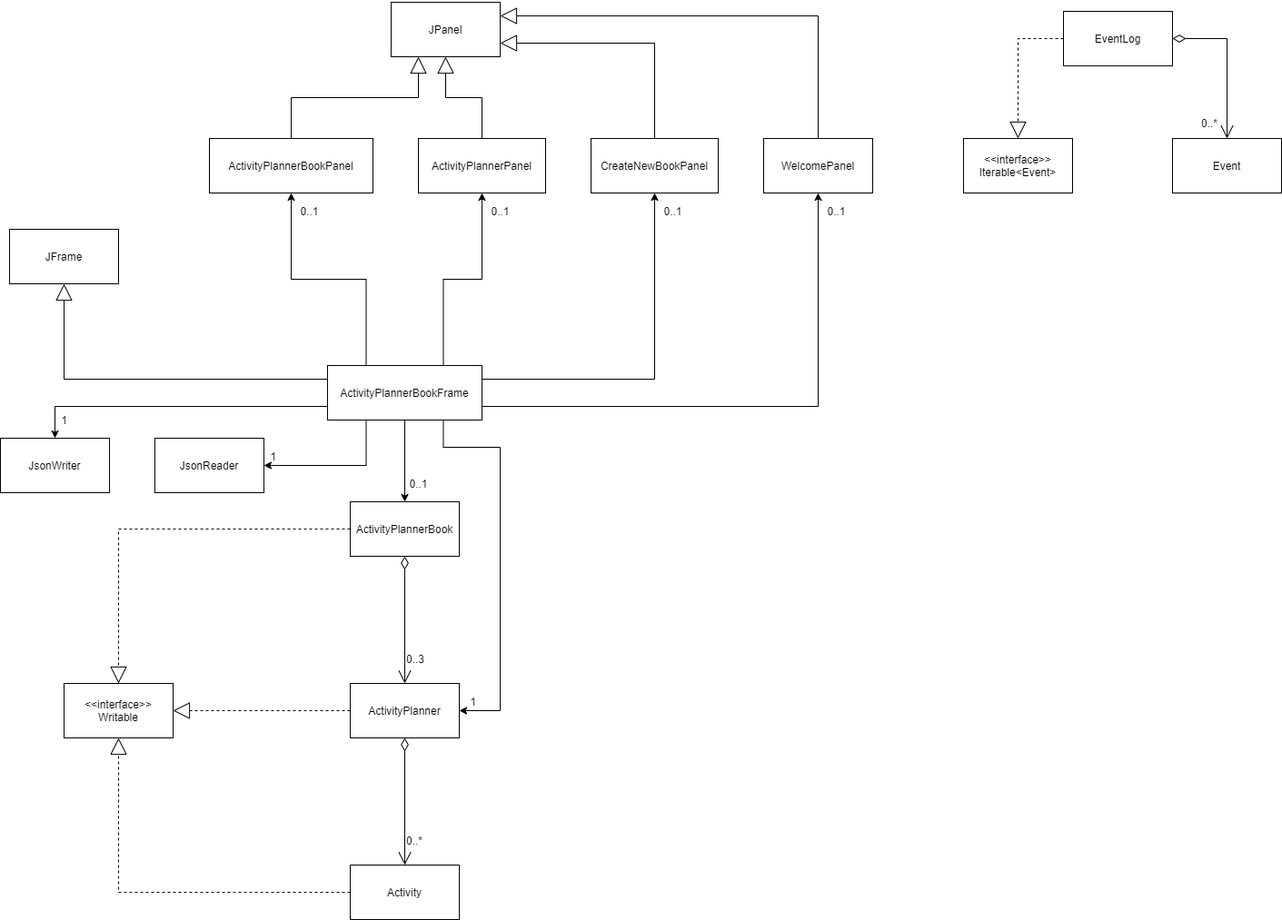
The draw.io diagram UML_Design_Diagram.png in EricChen23/DailyActivityPlanner, before a commit. Source tidied: cells renumbered, new cells last; positions are measured from the earlier drawing's top-left corner, leaving out a move shared by most shapes. Source of this version:
```xml
<mxGraphModel>
  <root>
    <mxCell id="0" />
    <mxCell id="1" parent="0" />
    <mxCell id="2" value="Activity" style="rounded=0;whiteSpace=wrap;html=1;" parent="1" vertex="1">
      <mxGeometry x="385" y="950" width="120" height="60" as="geometry" />
    </mxCell>
    <mxCell id="3" value="ActivityPlanner" style="rounded=0;whiteSpace=wrap;html=1;" parent="1" vertex="1">
      <mxGeometry x="385" y="750" width="120" height="60" as="geometry" />
    </mxCell>
    <mxCell id="4" value="ActivityPlannerBook" style="rounded=0;whiteSpace=wrap;html=1;" parent="1" vertex="1">
      <mxGeometry x="385" y="550" width="120" height="60" as="geometry" />
    </mxCell>
    <mxCell id="5" style="edgeStyle=orthogonalEdgeStyle;rounded=0;jettySize=auto;html=1;exitX=0.25;exitY=0;exitDx=0;exitDy=0;entryX=0.5;entryY=1;entryDx=0;entryDy=0;strokeColor=#000000;" parent="1" edge="1" source="13" target="16">
      <mxGeometry relative="1" as="geometry" />
    </mxCell>
    <mxCell id="6" style="edgeStyle=orthogonalEdgeStyle;rounded=0;jettySize=auto;html=1;exitX=0.75;exitY=0;exitDx=0;exitDy=0;entryX=0.5;entryY=1;entryDx=0;entryDy=0;strokeColor=#000000;" parent="1" edge="1" source="13" target="19">
      <mxGeometry relative="1" as="geometry" />
    </mxCell>
    <mxCell id="7" style="edgeStyle=orthogonalEdgeStyle;rounded=0;jettySize=auto;html=1;exitX=1;exitY=0.25;exitDx=0;exitDy=0;entryX=0.5;entryY=1;entryDx=0;entryDy=0;strokeColor=#000000;" parent="1" edge="1" source="13" target="20">
      <mxGeometry relative="1" as="geometry" />
    </mxCell>
    <mxCell id="8" style="edgeStyle=orthogonalEdgeStyle;rounded=0;jettySize=auto;html=1;exitX=1;exitY=0.75;exitDx=0;exitDy=0;entryX=0.5;entryY=1;entryDx=0;entryDy=0;strokeColor=#000000;" parent="1" edge="1" source="13" target="21">
      <mxGeometry relative="1" as="geometry" />
    </mxCell>
    <mxCell id="9" style="edgeStyle=orthogonalEdgeStyle;rounded=0;jettySize=auto;html=1;exitX=0.5;exitY=1;exitDx=0;exitDy=0;entryX=0.5;entryY=0;entryDx=0;entryDy=0;strokeColor=#000000;" parent="1" edge="1" source="13" target="4">
      <mxGeometry relative="1" as="geometry" />
    </mxCell>
    <mxCell id="10" style="edgeStyle=orthogonalEdgeStyle;rounded=0;jettySize=auto;html=1;exitX=0.75;exitY=1;exitDx=0;exitDy=0;entryX=1;entryY=0.5;entryDx=0;entryDy=0;strokeColor=#000000;" parent="1" edge="1" source="13" target="3">
      <mxGeometry relative="1" as="geometry">
        <Array as="points">
          <mxPoint x="488" y="490" />
          <mxPoint x="550" y="490" />
          <mxPoint x="550" y="780" />
        </Array>
      </mxGeometry>
    </mxCell>
    <mxCell id="11" style="edgeStyle=orthogonalEdgeStyle;rounded=0;jettySize=auto;html=1;exitX=0;exitY=0.75;exitDx=0;exitDy=0;entryX=0.5;entryY=0;entryDx=0;entryDy=0;strokeColor=#000000;" parent="1" edge="1" source="13" target="51">
      <mxGeometry relative="1" as="geometry" />
    </mxCell>
    <mxCell id="12" style="edgeStyle=orthogonalEdgeStyle;rounded=0;jettySize=auto;html=1;exitX=0.25;exitY=1;exitDx=0;exitDy=0;entryX=1;entryY=0.5;entryDx=0;entryDy=0;strokeColor=#000000;" parent="1" edge="1" source="13" target="52">
      <mxGeometry relative="1" as="geometry" />
    </mxCell>
    <mxCell id="13" value="ActivityPlannerBookFrame" style="rounded=0;whiteSpace=wrap;html=1;" parent="1" vertex="1">
      <mxGeometry x="360" y="400" width="170" height="60" as="geometry" />
    </mxCell>
    <mxCell id="14" value="JFrame" style="rounded=0;whiteSpace=wrap;html=1;" parent="1" vertex="1">
      <mxGeometry x="10" y="250" width="120" height="60" as="geometry" />
    </mxCell>
    <mxCell id="15" style="endArrow=block;endSize=16;endFill=0;html=1;rounded=0;strokeColor=#000000;edgeStyle=orthogonalEdgeStyle;exitX=0;exitY=0.25;exitDx=0;exitDy=0;entryX=0.5;entryY=1;entryDx=0;entryDy=0;" parent="1" edge="1" source="13" target="14">
      <mxGeometry relative="1" as="geometry" />
    </mxCell>
    <mxCell id="16" value="ActivityPlannerBookPanel" style="rounded=0;whiteSpace=wrap;html=1;" parent="1" vertex="1">
      <mxGeometry x="230" y="150" width="180" height="60" as="geometry" />
    </mxCell>
    <mxCell id="17" value="JPanel" style="rounded=0;whiteSpace=wrap;html=1;" parent="1" vertex="1">
      <mxGeometry x="430" width="120" height="60" as="geometry" />
    </mxCell>
    <mxCell id="18" style="endArrow=block;endSize=16;endFill=0;html=1;rounded=0;strokeColor=#000000;edgeStyle=orthogonalEdgeStyle;exitX=0.5;exitY=0;exitDx=0;exitDy=0;entryX=0.25;entryY=1;entryDx=0;entryDy=0;" parent="1" edge="1" source="16" target="17">
      <mxGeometry relative="1" as="geometry" />
    </mxCell>
    <mxCell id="19" value="ActivityPlannerPanel" style="rounded=0;whiteSpace=wrap;html=1;" parent="1" vertex="1">
      <mxGeometry x="460" y="150" width="140" height="60" as="geometry" />
    </mxCell>
    <mxCell id="20" value="CreateNewBookPanel" style="rounded=0;whiteSpace=wrap;html=1;" parent="1" vertex="1">
      <mxGeometry x="650" y="150" width="140" height="60" as="geometry" />
    </mxCell>
    <mxCell id="21" value="WelcomePanel" style="rounded=0;whiteSpace=wrap;html=1;" parent="1" vertex="1">
      <mxGeometry x="840" y="150" width="120" height="60" as="geometry" />
    </mxCell>
    <mxCell id="22" style="endArrow=block;endSize=16;endFill=0;html=1;rounded=0;strokeColor=#000000;edgeStyle=orthogonalEdgeStyle;exitX=0.5;exitY=0;exitDx=0;exitDy=0;entryX=0.5;entryY=1;entryDx=0;entryDy=0;" parent="1" edge="1" source="19" target="17">
      <mxGeometry relative="1" as="geometry" />
    </mxCell>
    <mxCell id="23" style="endArrow=block;endSize=16;endFill=0;html=1;rounded=0;strokeColor=#000000;edgeStyle=orthogonalEdgeStyle;exitX=0.5;exitY=0;exitDx=0;exitDy=0;entryX=1;entryY=0.75;entryDx=0;entryDy=0;" parent="1" edge="1" source="20" target="17">
      <mxGeometry relative="1" as="geometry" />
    </mxCell>
    <mxCell id="24" style="endArrow=block;endSize=16;endFill=0;html=1;rounded=0;strokeColor=#000000;edgeStyle=orthogonalEdgeStyle;exitX=0.5;exitY=0;exitDx=0;exitDy=0;entryX=1;entryY=0.25;entryDx=0;entryDy=0;" parent="1" edge="1" source="21" target="17">
      <mxGeometry relative="1" as="geometry" />
    </mxCell>
    <mxCell id="25" style="verticalAlign=bottom;html=1;endArrow=open;endSize=12;edgeStyle=orthogonalEdgeStyle;startFill=0;startSize=12;startArrow=diamondThin;rounded=0;strokeColor=#000000;exitX=0.5;exitY=1;exitDx=0;exitDy=0;entryX=0.5;entryY=0;entryDx=0;entryDy=0;" parent="1" edge="1" source="4" target="3">
      <mxGeometry relative="1" as="geometry" />
    </mxCell>
    <mxCell id="26" value="0..3" style="html=1;align=left;verticalAlign=top;labelBackgroundColor=none;fontSize=10;" parent="25" vertex="1">
      <mxGeometry x="-0.9" relative="1" as="geometry">
        <mxPoint y="93" as="offset" />
      </mxGeometry>
    </mxCell>
    <mxCell id="27" style="html=1;align=right;verticalAlign=top;labelBackgroundColor=none;fontSize=10;" parent="25" vertex="1">
      <mxGeometry x="0.9" relative="1" as="geometry" />
    </mxCell>
    <mxCell id="28" style="html=1;align=right;verticalAlign=bottom;labelBackgroundColor=none;fontSize=10;" parent="25" vertex="1">
      <mxGeometry x="0.9" relative="1" as="geometry" />
    </mxCell>
    <mxCell id="29" style="verticalAlign=bottom;html=1;endArrow=open;endSize=12;edgeStyle=orthogonalEdgeStyle;startFill=0;startSize=12;startArrow=diamondThin;rounded=0;strokeColor=#000000;entryX=0.5;entryY=0;entryDx=0;entryDy=0;exitX=0.5;exitY=1;exitDx=0;exitDy=0;" parent="1" edge="1" source="3" target="2">
      <mxGeometry relative="1" as="geometry" />
    </mxCell>
    <mxCell id="30" value="0..*" style="html=1;align=left;verticalAlign=top;labelBackgroundColor=none;fontSize=10;" parent="29" vertex="1">
      <mxGeometry x="-0.9" relative="1" as="geometry">
        <mxPoint y="93" as="offset" />
      </mxGeometry>
    </mxCell>
    <mxCell id="31" style="html=1;align=right;verticalAlign=top;labelBackgroundColor=none;fontSize=10;" parent="29" vertex="1">
      <mxGeometry x="0.9" relative="1" as="geometry" />
    </mxCell>
    <mxCell id="32" style="html=1;align=right;verticalAlign=bottom;labelBackgroundColor=none;fontSize=10;" parent="29" vertex="1">
      <mxGeometry x="0.9" relative="1" as="geometry" />
    </mxCell>
    <mxCell id="33" value="0..1" style="text;html=1;align=center;verticalAlign=middle;strokeColor=none;fillColor=none;" parent="1" vertex="1">
      <mxGeometry x="320" y="220" width="40" height="20" as="geometry" />
    </mxCell>
    <mxCell id="34" value="0..1" style="text;html=1;align=center;verticalAlign=middle;strokeColor=none;fillColor=none;" parent="1" vertex="1">
      <mxGeometry x="530" y="220" width="40" height="20" as="geometry" />
    </mxCell>
    <mxCell id="35" value="0..1" style="text;html=1;align=center;verticalAlign=middle;strokeColor=none;fillColor=none;" parent="1" vertex="1">
      <mxGeometry x="720" y="220" width="40" height="20" as="geometry" />
    </mxCell>
    <mxCell id="36" value="0..1" style="text;html=1;align=center;verticalAlign=middle;strokeColor=none;fillColor=none;" parent="1" vertex="1">
      <mxGeometry x="900" y="220" width="40" height="20" as="geometry" />
    </mxCell>
    <mxCell id="37" value="0..1" style="text;html=1;align=center;verticalAlign=middle;strokeColor=none;fillColor=none;" parent="1" vertex="1">
      <mxGeometry x="440" y="520" width="40" height="20" as="geometry" />
    </mxCell>
    <mxCell id="38" value="1" style="text;html=1;align=center;verticalAlign=middle;strokeColor=none;fillColor=none;" parent="1" vertex="1">
      <mxGeometry x="510" y="760" width="20" height="20" as="geometry" />
    </mxCell>
    <mxCell id="39" value="EventLog" style="rounded=0;whiteSpace=wrap;html=1;" parent="1" vertex="1">
      <mxGeometry x="1170" y="10" width="120" height="60" as="geometry" />
    </mxCell>
    <mxCell id="40" value="Event" style="rounded=0;whiteSpace=wrap;html=1;" parent="1" vertex="1">
      <mxGeometry x="1290" y="150" width="120" height="60" as="geometry" />
    </mxCell>
    <mxCell id="41" value="&amp;lt;&amp;lt;interface&amp;gt;&amp;gt;&lt;br&gt;Iterable&amp;lt;Event&amp;gt;" style="rounded=0;whiteSpace=wrap;html=1;" parent="1" vertex="1">
      <mxGeometry x="1060" y="150" width="120" height="60" as="geometry" />
    </mxCell>
    <mxCell id="42" style="verticalAlign=bottom;html=1;endArrow=open;endSize=12;edgeStyle=orthogonalEdgeStyle;startFill=0;startSize=12;startArrow=diamondThin;rounded=0;strokeColor=#000000;exitX=1;exitY=0.5;exitDx=0;exitDy=0;entryX=0.5;entryY=0;entryDx=0;entryDy=0;" parent="1" edge="1" source="39" target="40">
      <mxGeometry relative="1" as="geometry" />
    </mxCell>
    <mxCell id="43" value="0..*" style="html=1;align=left;verticalAlign=top;labelBackgroundColor=none;fontSize=10;" parent="42" vertex="1">
      <mxGeometry x="-0.9" relative="1" as="geometry">
        <mxPoint x="22" y="80" as="offset" />
      </mxGeometry>
    </mxCell>
    <mxCell id="44" style="html=1;align=right;verticalAlign=top;labelBackgroundColor=none;fontSize=10;" parent="42" vertex="1">
      <mxGeometry x="0.9" relative="1" as="geometry" />
    </mxCell>
    <mxCell id="45" style="html=1;align=right;verticalAlign=bottom;labelBackgroundColor=none;fontSize=10;" parent="42" vertex="1">
      <mxGeometry x="0.9" relative="1" as="geometry" />
    </mxCell>
    <mxCell id="46" style="endArrow=block;endSize=16;endFill=0;html=1;rounded=0;strokeColor=#000000;edgeStyle=orthogonalEdgeStyle;exitX=0;exitY=0.5;exitDx=0;exitDy=0;entryX=0.5;entryY=0;entryDx=0;entryDy=0;dashed=1;" parent="1" edge="1" source="39" target="41">
      <mxGeometry relative="1" as="geometry" />
    </mxCell>
    <mxCell id="47" value="&amp;lt;&amp;lt;interface&amp;gt;&amp;gt;&lt;br&gt;Writable" style="rounded=0;whiteSpace=wrap;html=1;" parent="1" vertex="1">
      <mxGeometry x="70" y="750" width="120" height="60" as="geometry" />
    </mxCell>
    <mxCell id="48" style="endArrow=block;endSize=16;endFill=0;html=1;rounded=0;strokeColor=#000000;edgeStyle=orthogonalEdgeStyle;entryX=0.5;entryY=0;entryDx=0;entryDy=0;dashed=1;exitX=0;exitY=0.5;exitDx=0;exitDy=0;" parent="1" edge="1" source="4" target="47">
      <mxGeometry relative="1" as="geometry" />
    </mxCell>
    <mxCell id="49" style="endArrow=block;endSize=16;endFill=0;html=1;rounded=0;strokeColor=#000000;edgeStyle=orthogonalEdgeStyle;entryX=1;entryY=0.5;entryDx=0;entryDy=0;dashed=1;exitX=0;exitY=0.5;exitDx=0;exitDy=0;" parent="1" edge="1" source="3" target="47">
      <mxGeometry relative="1" as="geometry" />
    </mxCell>
    <mxCell id="50" style="endArrow=block;endSize=16;endFill=0;html=1;rounded=0;strokeColor=#000000;edgeStyle=orthogonalEdgeStyle;entryX=0.5;entryY=1;entryDx=0;entryDy=0;dashed=1;exitX=0;exitY=0.5;exitDx=0;exitDy=0;" parent="1" edge="1" source="2" target="47">
      <mxGeometry relative="1" as="geometry" />
    </mxCell>
    <mxCell id="51" value="JsonWriter" style="rounded=0;whiteSpace=wrap;html=1;" parent="1" vertex="1">
      <mxGeometry y="480" width="120" height="60" as="geometry" />
    </mxCell>
    <mxCell id="52" value="JsonReader" style="rounded=0;whiteSpace=wrap;html=1;" parent="1" vertex="1">
      <mxGeometry x="170" y="480" width="120" height="60" as="geometry" />
    </mxCell>
    <mxCell id="53" value="1" style="text;html=1;align=center;verticalAlign=middle;strokeColor=none;fillColor=none;" parent="1" vertex="1">
      <mxGeometry x="290" y="490" width="20" height="20" as="geometry" />
    </mxCell>
    <mxCell id="54" value="1" style="text;html=1;align=center;verticalAlign=middle;strokeColor=none;fillColor=none;" parent="1" vertex="1">
      <mxGeometry x="60" y="450" width="20" height="20" as="geometry" />
    </mxCell>
  </root>
</mxGraphModel>
```
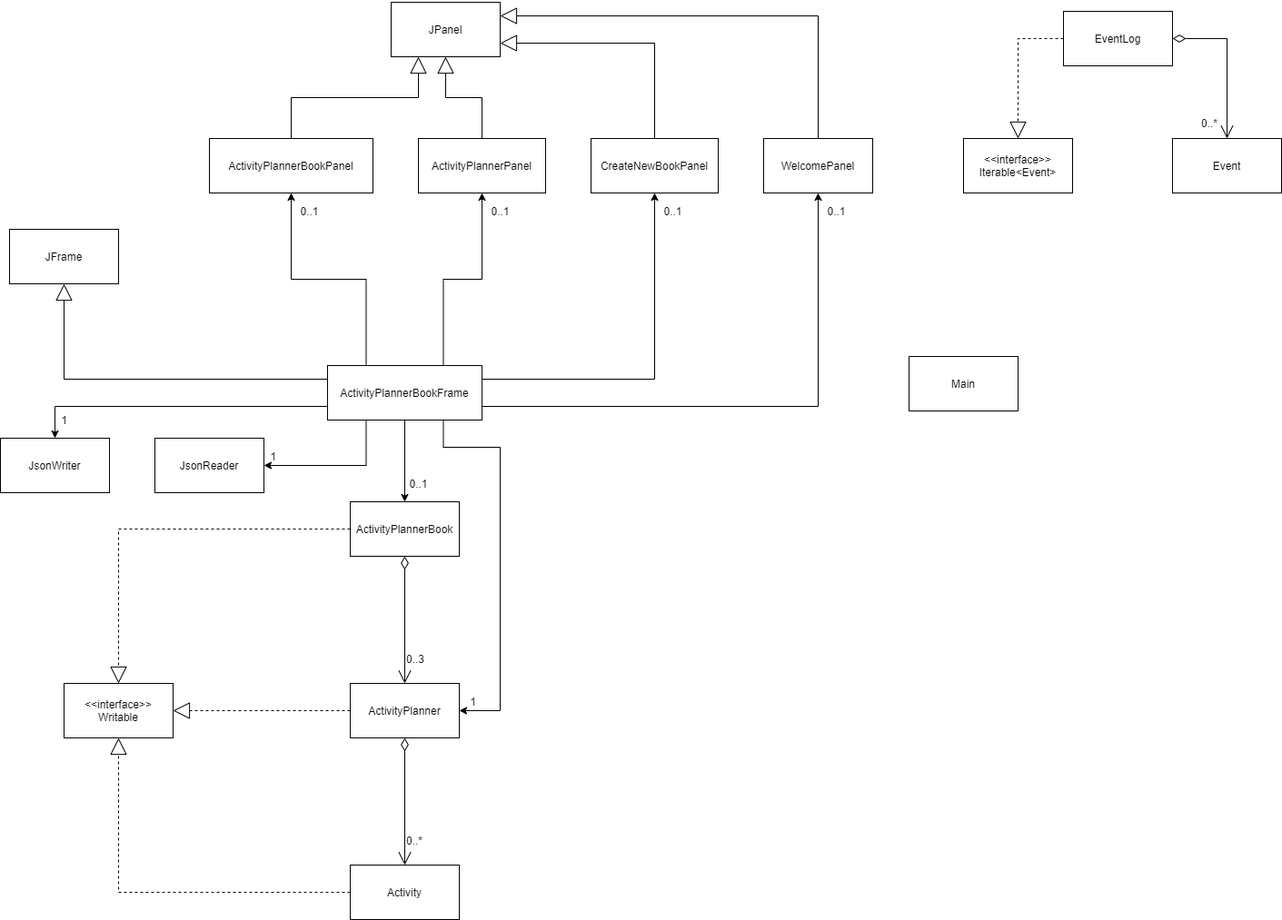
After the change.

Commit message:
Phase 4: Task 3

What changed in the source:
```diff
@@ -173,5 +173,8 @@
     <mxCell id="54" value="1" style="text;html=1;align=center;verticalAlign=middle;strokeColor=none;fillColor=none;" parent="1" vertex="1">
       <mxGeometry x="60" y="450" width="20" height="20" as="geometry" />
     </mxCell>
+    <mxCell id="55" value="Main" style="rounded=0;whiteSpace=wrap;html=1;" parent="1" vertex="1">
+      <mxGeometry x="1000" y="390" width="120" height="60" as="geometry" />
+    </mxCell>
   </root>
 </mxGraphModel>
```
